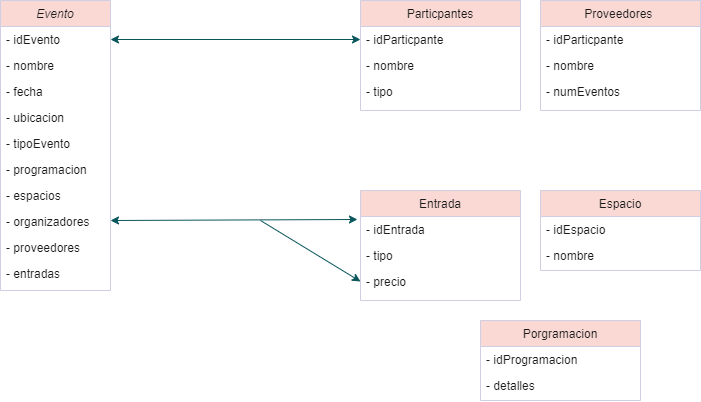
Above: lib/Diagrama sin título.drawio.png in Xrivera27/Fronted (draw.io), before the change. Source tidied: cells renumbered, new cells last; positions are measured from the earlier drawing's top-left corner, leaving out a move shared by most shapes.
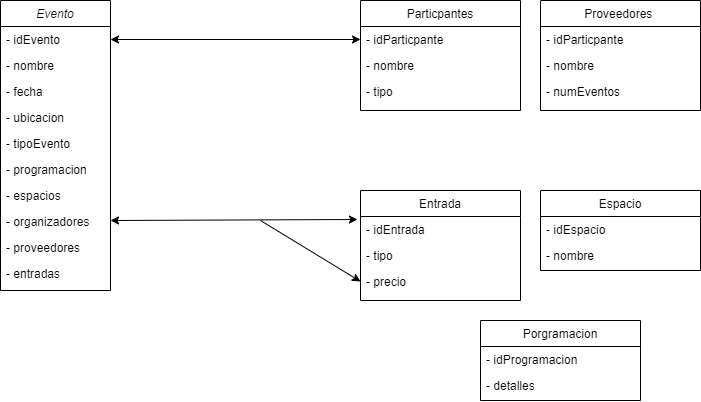
After the change.

What changed in the source:
```diff
@@ -2,102 +2,102 @@
   <root>
     <mxCell id="0" />
     <mxCell id="1" parent="0" />
-    <mxCell id="2" value="Evento" style="swimlane;fontStyle=2;align=center;verticalAlign=top;horizontal=1;startSize=26;rounded=0;shadow=0;strokeWidth=1;labelBackgroundColor=none;fillColor=#FAD9D5;strokeColor=#D0CEE2;fontColor=#1A1A1A;" parent="1" vertex="1">
+    <mxCell id="2" value="Evento" style="swimlane;fontStyle=2;align=center;verticalAlign=top;horizontal=1;startSize=26;rounded=0;shadow=0;strokeWidth=1;labelBackgroundColor=none;" parent="1" vertex="1">
       <mxGeometry width="110" height="290" as="geometry" />
     </mxCell>
-    <mxCell id="3" value="- idEvento" style="text;align=left;verticalAlign=top;spacingLeft=4;spacingRight=4;overflow=hidden;points=[[0,0.5],[1,0.5]];portConstraint=eastwest;labelBackgroundColor=none;fontColor=#1A1A1A;" parent="2" vertex="1">
+    <mxCell id="3" value="- idEvento" style="text;align=left;verticalAlign=top;spacingLeft=4;spacingRight=4;overflow=hidden;points=[[0,0.5],[1,0.5]];portConstraint=eastwest;labelBackgroundColor=none;rounded=0;" parent="2" vertex="1">
       <mxGeometry y="26" width="110" height="26" as="geometry" />
     </mxCell>
-    <mxCell id="4" value="- nombre&#10;" style="text;align=left;verticalAlign=top;spacingLeft=4;spacingRight=4;overflow=hidden;rounded=0;shadow=0;html=0;labelBackgroundColor=none;fontColor=#1A1A1A;" parent="2" vertex="1">
+    <mxCell id="4" value="- nombre&#10;" style="text;align=left;verticalAlign=top;spacingLeft=4;spacingRight=4;overflow=hidden;rounded=0;shadow=0;html=0;labelBackgroundColor=none;" parent="2" vertex="1">
       <mxGeometry y="52" width="110" height="26" as="geometry" />
     </mxCell>
-    <mxCell id="5" value="- fecha" style="text;align=left;verticalAlign=top;spacingLeft=4;spacingRight=4;overflow=hidden;rounded=0;shadow=0;html=0;labelBackgroundColor=none;fontColor=#1A1A1A;" parent="2" vertex="1">
+    <mxCell id="5" value="- fecha" style="text;align=left;verticalAlign=top;spacingLeft=4;spacingRight=4;overflow=hidden;rounded=0;shadow=0;html=0;labelBackgroundColor=none;" parent="2" vertex="1">
       <mxGeometry y="78" width="110" height="26" as="geometry" />
     </mxCell>
-    <mxCell id="6" value="- ubicacion" style="text;align=left;verticalAlign=top;spacingLeft=4;spacingRight=4;overflow=hidden;rounded=0;shadow=0;html=0;labelBackgroundColor=none;fontColor=#1A1A1A;" parent="2" vertex="1">
+    <mxCell id="6" value="- ubicacion" style="text;align=left;verticalAlign=top;spacingLeft=4;spacingRight=4;overflow=hidden;rounded=0;shadow=0;html=0;labelBackgroundColor=none;" parent="2" vertex="1">
       <mxGeometry y="104" width="110" height="26" as="geometry" />
     </mxCell>
-    <mxCell id="7" value="- tipoEvento" style="text;align=left;verticalAlign=top;spacingLeft=4;spacingRight=4;overflow=hidden;rounded=0;shadow=0;html=0;labelBackgroundColor=none;fontColor=#1A1A1A;" parent="2" vertex="1">
+    <mxCell id="7" value="- tipoEvento" style="text;align=left;verticalAlign=top;spacingLeft=4;spacingRight=4;overflow=hidden;rounded=0;shadow=0;html=0;labelBackgroundColor=none;" parent="2" vertex="1">
       <mxGeometry y="130" width="110" height="26" as="geometry" />
     </mxCell>
-    <mxCell id="8" value="- programacion" style="text;align=left;verticalAlign=top;spacingLeft=4;spacingRight=4;overflow=hidden;rounded=0;shadow=0;html=0;labelBackgroundColor=none;fontColor=#1A1A1A;" parent="2" vertex="1">
+    <mxCell id="8" value="- programacion" style="text;align=left;verticalAlign=top;spacingLeft=4;spacingRight=4;overflow=hidden;rounded=0;shadow=0;html=0;labelBackgroundColor=none;" parent="2" vertex="1">
       <mxGeometry y="156" width="110" height="26" as="geometry" />
     </mxCell>
-    <mxCell id="9" value="- espacios" style="text;align=left;verticalAlign=top;spacingLeft=4;spacingRight=4;overflow=hidden;rounded=0;shadow=0;html=0;labelBackgroundColor=none;fontColor=#1A1A1A;" parent="2" vertex="1">
+    <mxCell id="9" value="- espacios" style="text;align=left;verticalAlign=top;spacingLeft=4;spacingRight=4;overflow=hidden;rounded=0;shadow=0;html=0;labelBackgroundColor=none;" parent="2" vertex="1">
       <mxGeometry y="182" width="110" height="26" as="geometry" />
     </mxCell>
-    <mxCell id="10" value="- organizadores" style="text;align=left;verticalAlign=top;spacingLeft=4;spacingRight=4;overflow=hidden;rounded=0;shadow=0;html=0;labelBackgroundColor=none;fontColor=#1A1A1A;" parent="2" vertex="1">
+    <mxCell id="10" value="- organizadores" style="text;align=left;verticalAlign=top;spacingLeft=4;spacingRight=4;overflow=hidden;rounded=0;shadow=0;html=0;labelBackgroundColor=none;" parent="2" vertex="1">
       <mxGeometry y="208" width="110" height="26" as="geometry" />
     </mxCell>
-    <mxCell id="11" value="- proveedores" style="text;align=left;verticalAlign=top;spacingLeft=4;spacingRight=4;overflow=hidden;rounded=0;shadow=0;html=0;labelBackgroundColor=none;fontColor=#1A1A1A;" parent="2" vertex="1">
+    <mxCell id="11" value="- proveedores" style="text;align=left;verticalAlign=top;spacingLeft=4;spacingRight=4;overflow=hidden;rounded=0;shadow=0;html=0;labelBackgroundColor=none;" parent="2" vertex="1">
       <mxGeometry y="234" width="110" height="26" as="geometry" />
     </mxCell>
-    <mxCell id="12" value="- entradas" style="text;align=left;verticalAlign=top;spacingLeft=4;spacingRight=4;overflow=hidden;rounded=0;shadow=0;html=0;labelBackgroundColor=none;fontColor=#1A1A1A;" parent="2" vertex="1">
+    <mxCell id="12" value="- entradas" style="text;align=left;verticalAlign=top;spacingLeft=4;spacingRight=4;overflow=hidden;rounded=0;shadow=0;html=0;labelBackgroundColor=none;" parent="2" vertex="1">
       <mxGeometry y="260" width="110" height="26" as="geometry" />
     </mxCell>
-    <mxCell id="13" value="Particpantes" style="swimlane;fontStyle=0;align=center;verticalAlign=top;horizontal=1;startSize=26;rounded=0;shadow=0;strokeWidth=1;labelBackgroundColor=none;fillColor=#FAD9D5;strokeColor=#D0CEE2;fontColor=#1A1A1A;" parent="1" vertex="1">
+    <mxCell id="13" value="Particpantes" style="swimlane;fontStyle=0;align=center;verticalAlign=top;horizontal=1;startSize=26;rounded=0;shadow=0;strokeWidth=1;labelBackgroundColor=none;" parent="1" vertex="1">
       <mxGeometry x="360" width="160" height="110" as="geometry" />
     </mxCell>
-    <mxCell id="14" value="- idParticpante" style="text;align=left;verticalAlign=top;spacingLeft=4;spacingRight=4;overflow=hidden;points=[[0,0.5],[1,0.5]];portConstraint=eastwest;labelBackgroundColor=none;fontColor=#1A1A1A;" parent="13" vertex="1">
+    <mxCell id="14" value="- idParticpante" style="text;align=left;verticalAlign=top;spacingLeft=4;spacingRight=4;overflow=hidden;points=[[0,0.5],[1,0.5]];portConstraint=eastwest;labelBackgroundColor=none;rounded=0;" parent="13" vertex="1">
       <mxGeometry y="26" width="160" height="26" as="geometry" />
     </mxCell>
-    <mxCell id="15" value="- nombre" style="text;align=left;verticalAlign=top;spacingLeft=4;spacingRight=4;overflow=hidden;rounded=0;shadow=0;html=0;labelBackgroundColor=none;fontColor=#1A1A1A;" parent="13" vertex="1">
+    <mxCell id="15" value="- nombre" style="text;align=left;verticalAlign=top;spacingLeft=4;spacingRight=4;overflow=hidden;rounded=0;shadow=0;html=0;labelBackgroundColor=none;" parent="13" vertex="1">
       <mxGeometry y="52" width="160" height="26" as="geometry" />
     </mxCell>
-    <mxCell id="16" value="- tipo" style="text;align=left;verticalAlign=top;spacingLeft=4;spacingRight=4;overflow=hidden;rounded=0;shadow=0;html=0;labelBackgroundColor=none;fontColor=#1A1A1A;" parent="13" vertex="1">
+    <mxCell id="16" value="- tipo" style="text;align=left;verticalAlign=top;spacingLeft=4;spacingRight=4;overflow=hidden;rounded=0;shadow=0;html=0;labelBackgroundColor=none;" parent="13" vertex="1">
       <mxGeometry y="78" width="160" height="26" as="geometry" />
     </mxCell>
-    <mxCell id="17" value="Proveedores " style="swimlane;fontStyle=0;align=center;verticalAlign=top;horizontal=1;startSize=26;rounded=0;shadow=0;strokeWidth=1;labelBackgroundColor=none;fillColor=#FAD9D5;strokeColor=#D0CEE2;fontColor=#1A1A1A;" parent="1" vertex="1">
+    <mxCell id="17" value="Proveedores " style="swimlane;fontStyle=0;align=center;verticalAlign=top;horizontal=1;startSize=26;rounded=0;shadow=0;strokeWidth=1;labelBackgroundColor=none;" parent="1" vertex="1">
       <mxGeometry x="540" width="160" height="110" as="geometry" />
     </mxCell>
-    <mxCell id="18" value="- idParticpante" style="text;align=left;verticalAlign=top;spacingLeft=4;spacingRight=4;overflow=hidden;labelBackgroundColor=none;fontColor=#1A1A1A;" parent="17" vertex="1">
+    <mxCell id="18" value="- idParticpante" style="text;align=left;verticalAlign=top;spacingLeft=4;spacingRight=4;overflow=hidden;labelBackgroundColor=none;rounded=0;" parent="17" vertex="1">
       <mxGeometry y="26" width="160" height="26" as="geometry" />
     </mxCell>
-    <mxCell id="19" value="- nombre" style="text;align=left;verticalAlign=top;spacingLeft=4;spacingRight=4;overflow=hidden;rounded=0;shadow=0;html=0;labelBackgroundColor=none;fontColor=#1A1A1A;" parent="17" vertex="1">
+    <mxCell id="19" value="- nombre" style="text;align=left;verticalAlign=top;spacingLeft=4;spacingRight=4;overflow=hidden;rounded=0;shadow=0;html=0;labelBackgroundColor=none;" parent="17" vertex="1">
       <mxGeometry y="52" width="160" height="26" as="geometry" />
     </mxCell>
-    <mxCell id="20" value="- numEventos" style="text;align=left;verticalAlign=top;spacingLeft=4;spacingRight=4;overflow=hidden;rounded=0;shadow=0;html=0;labelBackgroundColor=none;fontColor=#1A1A1A;" parent="17" vertex="1">
+    <mxCell id="20" value="- numEventos" style="text;align=left;verticalAlign=top;spacingLeft=4;spacingRight=4;overflow=hidden;rounded=0;shadow=0;html=0;labelBackgroundColor=none;" parent="17" vertex="1">
       <mxGeometry y="78" width="160" height="26" as="geometry" />
     </mxCell>
-    <mxCell id="21" value="Entrada" style="swimlane;fontStyle=0;align=center;verticalAlign=top;horizontal=1;startSize=26;rounded=0;shadow=0;strokeWidth=1;labelBackgroundColor=none;fillColor=#FAD9D5;strokeColor=#D0CEE2;fontColor=#1A1A1A;" parent="1" vertex="1">
+    <mxCell id="21" value="Entrada" style="swimlane;fontStyle=0;align=center;verticalAlign=top;horizontal=1;startSize=26;rounded=0;shadow=0;strokeWidth=1;labelBackgroundColor=none;" parent="1" vertex="1">
       <mxGeometry x="360" y="190" width="160" height="110" as="geometry" />
     </mxCell>
-    <mxCell id="22" value="- idEntrada" style="text;align=left;verticalAlign=top;spacingLeft=4;spacingRight=4;overflow=hidden;points=[[0,0.5],[1,0.5]];portConstraint=eastwest;labelBackgroundColor=none;fontColor=#1A1A1A;" parent="21" vertex="1">
+    <mxCell id="22" value="- idEntrada" style="text;align=left;verticalAlign=top;spacingLeft=4;spacingRight=4;overflow=hidden;points=[[0,0.5],[1,0.5]];portConstraint=eastwest;labelBackgroundColor=none;rounded=0;" parent="21" vertex="1">
       <mxGeometry y="26" width="160" height="26" as="geometry" />
     </mxCell>
-    <mxCell id="23" value="- tipo" style="text;align=left;verticalAlign=top;spacingLeft=4;spacingRight=4;overflow=hidden;rounded=0;shadow=0;html=0;labelBackgroundColor=none;fontColor=#1A1A1A;" parent="21" vertex="1">
+    <mxCell id="23" value="- tipo" style="text;align=left;verticalAlign=top;spacingLeft=4;spacingRight=4;overflow=hidden;rounded=0;shadow=0;html=0;labelBackgroundColor=none;" parent="21" vertex="1">
       <mxGeometry y="52" width="160" height="26" as="geometry" />
     </mxCell>
-    <mxCell id="24" value="- precio" style="text;align=left;verticalAlign=top;spacingLeft=4;spacingRight=4;overflow=hidden;points=[[0,0.5],[1,0.5]];portConstraint=eastwest;rounded=0;shadow=0;html=0;labelBackgroundColor=none;fontColor=#1A1A1A;" parent="21" vertex="1">
+    <mxCell id="24" value="- precio" style="text;align=left;verticalAlign=top;spacingLeft=4;spacingRight=4;overflow=hidden;points=[[0,0.5],[1,0.5]];portConstraint=eastwest;rounded=0;shadow=0;html=0;labelBackgroundColor=none;" parent="21" vertex="1">
       <mxGeometry y="78" width="160" height="26" as="geometry" />
     </mxCell>
-    <mxCell id="25" value="Espacio" style="swimlane;fontStyle=0;align=center;verticalAlign=top;horizontal=1;startSize=26;rounded=0;shadow=0;strokeWidth=1;labelBackgroundColor=none;fillColor=#FAD9D5;strokeColor=#D0CEE2;fontColor=#1A1A1A;" parent="1" vertex="1">
+    <mxCell id="25" value="Espacio" style="swimlane;fontStyle=0;align=center;verticalAlign=top;horizontal=1;startSize=26;rounded=0;shadow=0;strokeWidth=1;labelBackgroundColor=none;" parent="1" vertex="1">
       <mxGeometry x="540" y="190" width="160" height="80" as="geometry" />
     </mxCell>
-    <mxCell id="26" value="- idEspacio" style="text;align=left;verticalAlign=top;spacingLeft=4;spacingRight=4;overflow=hidden;labelBackgroundColor=none;fontColor=#1A1A1A;" parent="25" vertex="1">
+    <mxCell id="26" value="- idEspacio" style="text;align=left;verticalAlign=top;spacingLeft=4;spacingRight=4;overflow=hidden;labelBackgroundColor=none;rounded=0;" parent="25" vertex="1">
       <mxGeometry y="26" width="160" height="26" as="geometry" />
     </mxCell>
-    <mxCell id="27" value="- nombre" style="text;align=left;verticalAlign=top;spacingLeft=4;spacingRight=4;overflow=hidden;rounded=0;shadow=0;html=0;labelBackgroundColor=none;fontColor=#1A1A1A;" parent="25" vertex="1">
+    <mxCell id="27" value="- nombre" style="text;align=left;verticalAlign=top;spacingLeft=4;spacingRight=4;overflow=hidden;rounded=0;shadow=0;html=0;labelBackgroundColor=none;" parent="25" vertex="1">
       <mxGeometry y="52" width="160" height="26" as="geometry" />
     </mxCell>
-    <mxCell id="28" value="Porgramacion" style="swimlane;fontStyle=0;align=center;verticalAlign=top;horizontal=1;startSize=26;rounded=0;shadow=0;strokeWidth=1;labelBackgroundColor=none;fillColor=#FAD9D5;strokeColor=#D0CEE2;fontColor=#1A1A1A;" parent="1" vertex="1">
+    <mxCell id="28" value="Porgramacion" style="swimlane;fontStyle=0;align=center;verticalAlign=top;horizontal=1;startSize=26;rounded=0;shadow=0;strokeWidth=1;labelBackgroundColor=none;" parent="1" vertex="1">
       <mxGeometry x="480" y="320" width="160" height="80" as="geometry" />
     </mxCell>
-    <mxCell id="29" value="- idProgramacion" style="text;align=left;verticalAlign=top;spacingLeft=4;spacingRight=4;overflow=hidden;labelBackgroundColor=none;fontColor=#1A1A1A;" parent="28" vertex="1">
+    <mxCell id="29" value="- idProgramacion" style="text;align=left;verticalAlign=top;spacingLeft=4;spacingRight=4;overflow=hidden;labelBackgroundColor=none;rounded=0;" parent="28" vertex="1">
       <mxGeometry y="26" width="160" height="26" as="geometry" />
     </mxCell>
-    <mxCell id="30" value="- detalles" style="text;align=left;verticalAlign=top;spacingLeft=4;spacingRight=4;overflow=hidden;rounded=0;shadow=0;html=0;labelBackgroundColor=none;fontColor=#1A1A1A;" parent="28" vertex="1">
+    <mxCell id="30" value="- detalles" style="text;align=left;verticalAlign=top;spacingLeft=4;spacingRight=4;overflow=hidden;rounded=0;shadow=0;html=0;labelBackgroundColor=none;" parent="28" vertex="1">
       <mxGeometry y="52" width="160" height="26" as="geometry" />
     </mxCell>
-    <mxCell id="31" style="endArrow=classic;startArrow=classic;html=1;rounded=0;entryX=0;entryY=0.5;entryDx=0;entryDy=0;exitX=1;exitY=0.5;exitDx=0;exitDy=0;labelBackgroundColor=none;fontColor=default;strokeColor=#09555B;" parent="1" edge="1" source="3" target="14">
+    <mxCell id="31" style="endArrow=classic;startArrow=classic;html=1;rounded=0;entryX=0;entryY=0.5;entryDx=0;entryDy=0;exitX=1;exitY=0.5;exitDx=0;exitDy=0;labelBackgroundColor=none;fontColor=default;" parent="1" edge="1" source="3" target="14">
       <mxGeometry relative="1" as="geometry" />
     </mxCell>
-    <mxCell id="32" style="endArrow=classic;startArrow=classic;html=1;rounded=0;entryX=-0.019;entryY=0.115;entryDx=0;entryDy=0;entryPerimeter=0;labelBackgroundColor=none;fontColor=default;strokeColor=#09555B;" parent="1" edge="1" target="22">
+    <mxCell id="32" style="endArrow=classic;startArrow=classic;html=1;rounded=0;entryX=-0.019;entryY=0.115;entryDx=0;entryDy=0;entryPerimeter=0;labelBackgroundColor=none;fontColor=default;" parent="1" edge="1" target="22">
       <mxGeometry relative="1" as="geometry">
         <mxPoint x="110" y="220" as="sourcePoint" />
       </mxGeometry>
     </mxCell>
-    <mxCell id="33" style="endArrow=classic;html=1;rounded=0;entryX=0;entryY=0.5;entryDx=0;entryDy=0;labelBackgroundColor=none;fontColor=default;strokeColor=#09555B;" parent="1" edge="1" target="24">
+    <mxCell id="33" style="endArrow=classic;html=1;rounded=0;entryX=0;entryY=0.5;entryDx=0;entryDy=0;labelBackgroundColor=none;fontColor=default;" parent="1" edge="1" target="24">
       <mxGeometry relative="1" as="geometry">
         <mxPoint x="260" y="220" as="sourcePoint" />
       </mxGeometry>
```
